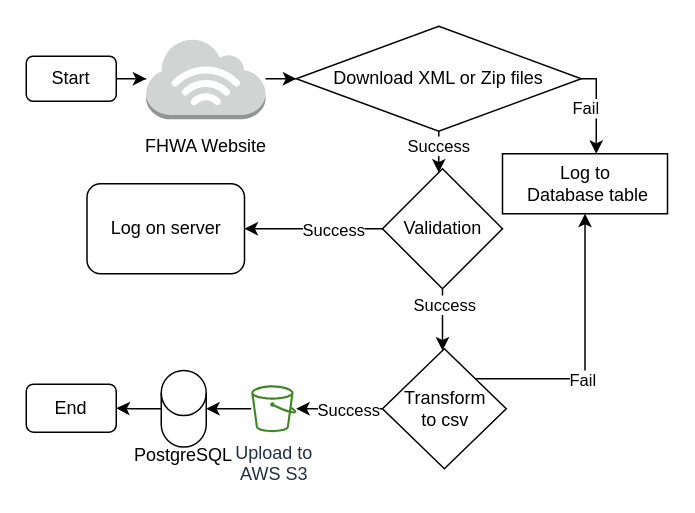
The draw.io diagram NIA-Data-Preprocessing.drawio in SachinPawaskarUNO/drawings, before the edit. Source tidied: cells renumbered, new cells numbered last; positions are measured from the earlier drawing's top-left corner, leaving out a move shared by most shapes. Both pictures are drawn from the tidied source at 150%, with x=0, y=0 at pixel (26, 26).
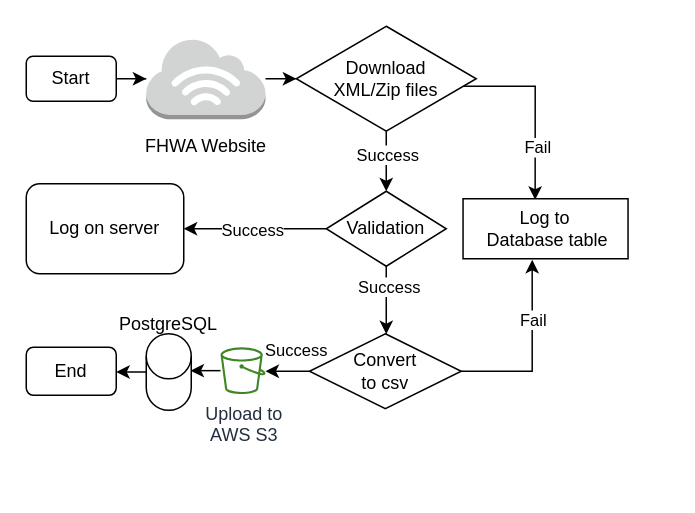
The same diagram, later.

The change refers to these unchanged cells:
```xml
<mxCell id="13" style="edgeStyle=orthogonalEdgeStyle;rounded=0;jettySize=auto;html=1;" parent="1" edge="1" source="15" target="21">
  <mxGeometry relative="1" as="geometry" />
</mxCell>
```

What changed in the source:
```diff
@@
     <mxCell id="6" style="edgeStyle=orthogonalEdgeStyle;rounded=0;jettySize=auto;html=1;" parent="1" edge="1" source="10" target="15">
       <mxGeometry relative="1" as="geometry">
         <Array as="points">
-          <mxPoint x="275" y="85" />
-          <mxPoint x="275" y="85" />
+          <mxPoint x="240" y="105" />
+          <mxPoint x="240" y="105" />
         </Array>
       </mxGeometry>
     </mxCell>
     <mxCell id="7" value="Success" style="edgeLabel;html=1;align=center;verticalAlign=middle;" parent="6" vertex="1">
-      <mxGeometry x="-0.34" y="-1" relative="1" as="geometry" />
+      <mxGeometry x="-0.34" y="-1" relative="1" as="geometry">
+        <mxPoint x="1" y="2" as="offset" />
+      </mxGeometry>
     </mxCell>
-    <mxCell id="8" style="edgeStyle=orthogonalEdgeStyle;rounded=0;jettySize=auto;html=1;" parent="1" edge="1" source="10" target="27">
+    <mxCell id="8" style="edgeStyle=orthogonalEdgeStyle;rounded=0;jettySize=auto;html=1;entryX=0.437;entryY=0.017;entryDx=0;entryDy=0;entryPerimeter=0;" parent="1" edge="1" target="27">
       <mxGeometry relative="1" as="geometry">
+        <mxPoint x="260" y="40" as="sourcePoint" />
         <Array as="points">
-          <mxPoint x="380" y="35" />
+          <mxPoint x="339" y="40" />
         </Array>
       </mxGeometry>
     </mxCell>
     <mxCell id="9" value="Fail" style="edgeLabel;html=1;align=center;verticalAlign=middle;" parent="8" vertex="1">
       <mxGeometry x="-0.06" y="-8" relative="1" as="geometry">
-        <mxPoint y="1" as="offset" />
+        <mxPoint x="7" y="32" as="offset" />
       </mxGeometry>
     </mxCell>
-    <mxCell id="10" value="Download XML or Zip files" style="rhombus;whiteSpace=wrap;html=1;" parent="1" vertex="1">
-      <mxGeometry x="180" width="190" height="70" as="geometry" />
+    <mxCell id="10" value="Download &lt;br&gt;XML/Zip files" style="rhombus;whiteSpace=wrap;html=1;" parent="1" vertex="1">
+      <mxGeometry x="180" width="120" height="70" as="geometry" />
     </mxCell>
@@
     <mxCell id="14" value="Success" style="edgeLabel;html=1;align=center;verticalAlign=middle;" parent="13" vertex="1">
       <mxGeometry x="-0.27" relative="1" as="geometry">
-        <mxPoint x="1" as="offset" />
+        <mxPoint x="-15" as="offset" />
       </mxGeometry>
     </mxCell>
     <mxCell id="15" value="Validation" style="rhombus;whiteSpace=wrap;html=1;" parent="1" vertex="1">
-      <mxGeometry x="237.5" y="95" width="80" height="80" as="geometry" />
+      <mxGeometry x="200" y="110" width="80" height="50" as="geometry" />
     </mxCell>
     <mxCell id="16" style="edgeStyle=orthogonalEdgeStyle;rounded=0;jettySize=auto;html=1;" parent="1" edge="1" source="20" target="23">
       <mxGeometry relative="1" as="geometry">
         <Array as="points">
-          <mxPoint x="155" y="255" />
+          <mxPoint x="180" y="230" />
+          <mxPoint x="180" y="230" />
         </Array>
       </mxGeometry>
     </mxCell>
     <mxCell id="17" value="Success" style="edgeLabel;html=1;align=center;verticalAlign=middle;" parent="16" vertex="1">
       <mxGeometry x="-0.2" y="-1" relative="1" as="geometry">
-        <mxPoint y="1" as="offset" />
+        <mxPoint x="3" y="-14" as="offset" />
       </mxGeometry>
     </mxCell>
-    <mxCell id="18" style="edgeStyle=orthogonalEdgeStyle;rounded=0;jettySize=auto;html=1;entryX=0.5;entryY=1;entryDx=0;entryDy=0;" parent="1" edge="1" source="20" target="27">
-      <mxGeometry relative="1" as="geometry">
-        <Array as="points">
-          <mxPoint x="373" y="235" />
-        </Array>
-      </mxGeometry>
+    <mxCell id="18" style="edgeStyle=orthogonalEdgeStyle;rounded=0;jettySize=auto;html=1;entryX=0.419;entryY=1.017;entryDx=0;entryDy=0;entryPerimeter=0;" parent="1" edge="1" source="20" target="27">
+      <mxGeometry relative="1" as="geometry" />
     </mxCell>
     <mxCell id="19" value="Fail" style="edgeLabel;html=1;align=center;verticalAlign=middle;" parent="18" vertex="1">
-      <mxGeometry x="-0.23" relative="1" as="geometry" />
+      <mxGeometry x="0.1" relative="1" as="geometry">
+        <mxPoint y="-15" as="offset" />
+      </mxGeometry>
     </mxCell>
-    <mxCell id="20" value="Transform &lt;br&gt;to csv" style="rhombus;whiteSpace=wrap;html=1;" parent="1" vertex="1">
-      <mxGeometry x="237.5" y="215" width="82.5" height="80" as="geometry" />
+    <mxCell id="20" value="Convert&lt;br&gt;to csv" style="rhombus;whiteSpace=wrap;html=1;" parent="1" vertex="1">
+      <mxGeometry x="188.8" y="205" width="101.2" height="50" as="geometry" />
     </mxCell>
     <mxCell id="21" value="Log on server" style="rounded=1;whiteSpace=wrap;html=1;" parent="1" vertex="1">
-      <mxGeometry x="40.5" y="105" width="105" height="60" as="geometry" />
+      <mxGeometry y="105" width="105" height="60" as="geometry" />
     </mxCell>
@@
     <mxCell id="23" value="Upload to &lt;br&gt;AWS S3" style="sketch=0;outlineConnect=0;fontColor=#232F3E;gradientColor=none;fillColor=#3F8624;strokeColor=none;dashed=0;verticalLabelPosition=bottom;verticalAlign=top;align=center;html=1;fontSize=12;fontStyle=0;shape=mxgraph.aws4.bucket;" parent="1" vertex="1">
-      <mxGeometry x="150" y="239.4" width="30" height="31.2" as="geometry" />
+      <mxGeometry x="129.5" y="214" width="30" height="31.2" as="geometry" />
     </mxCell>
@@
     <mxCell id="25" style="shape=cylinder3;whiteSpace=wrap;html=1;boundedLbl=1;backgroundOutline=1;size=15;" parent="1" vertex="1">
-      <mxGeometry x="90" y="229.5" width="30" height="51" as="geometry" />
+      <mxGeometry x="80" y="205" width="30" height="51" as="geometry" />
     </mxCell>
     <mxCell id="26" value="End" style="rounded=1;whiteSpace=wrap;html=1;" parent="1" vertex="1">
-      <mxGeometry y="238.6" width="60" height="32" as="geometry" />
+      <mxGeometry y="214" width="60" height="32" as="geometry" />
     </mxCell>
     <mxCell id="27" value="Log to&lt;br&gt;&amp;nbsp;Database table" style="whiteSpace=wrap;html=1;" parent="1" vertex="1">
-      <mxGeometry x="317.5" y="85" width="110" height="40" as="geometry" />
+      <mxGeometry x="291.2" y="115" width="110" height="40" as="geometry" />
     </mxCell>
     <mxCell id="28" value="PostgreSQL" style="text;strokeColor=none;align=center;fillColor=none;html=1;verticalAlign=middle;whiteSpace=wrap;rounded=0;" parent="1" vertex="1">
-      <mxGeometry x="75" y="270.6" width="60" height="30" as="geometry" />
+      <mxGeometry x="64.8" y="184" width="60" height="30" as="geometry" />
     </mxCell>
```
